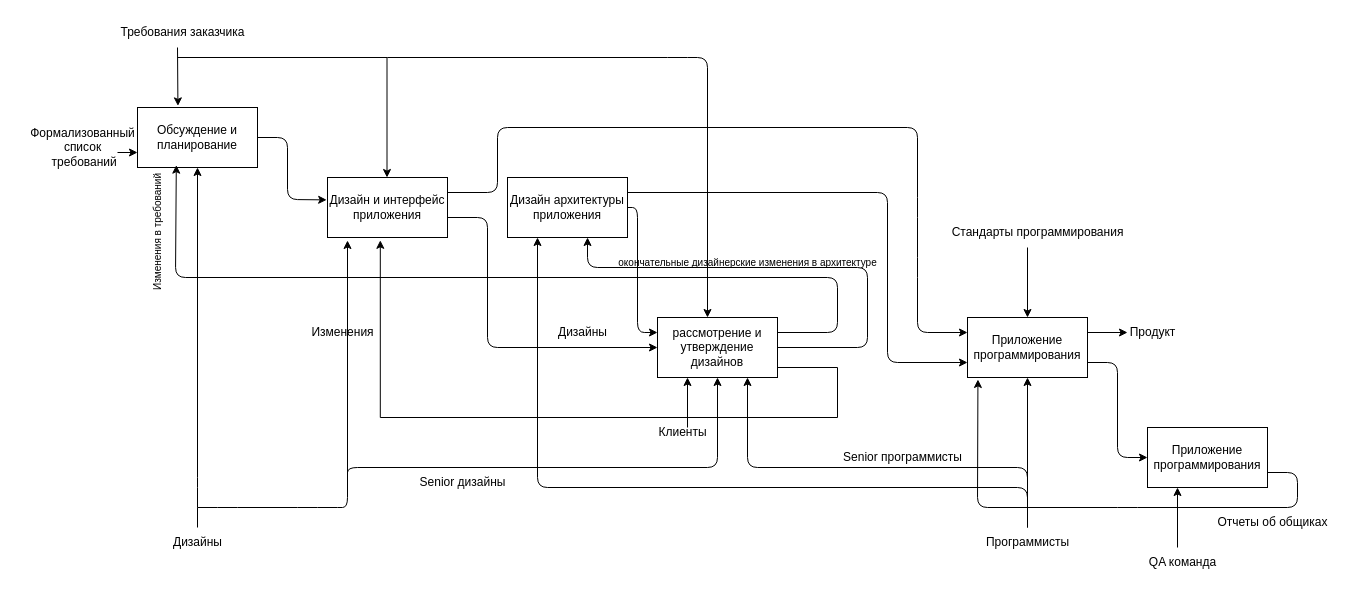
Before: page "A0" (2 of 3) of Biểu đồ không có tiêu đề.drawio in quyettranvu/Lab1_IDEF, a draw.io diagram. Source tidied: cells renumbered, new cells numbered last; positions are measured from the earlier drawing's top-left corner, leaving out a move shared by most shapes. Both pictures are drawn from the tidied source at 100%, with x=0, y=0 at pixel (17, 17).
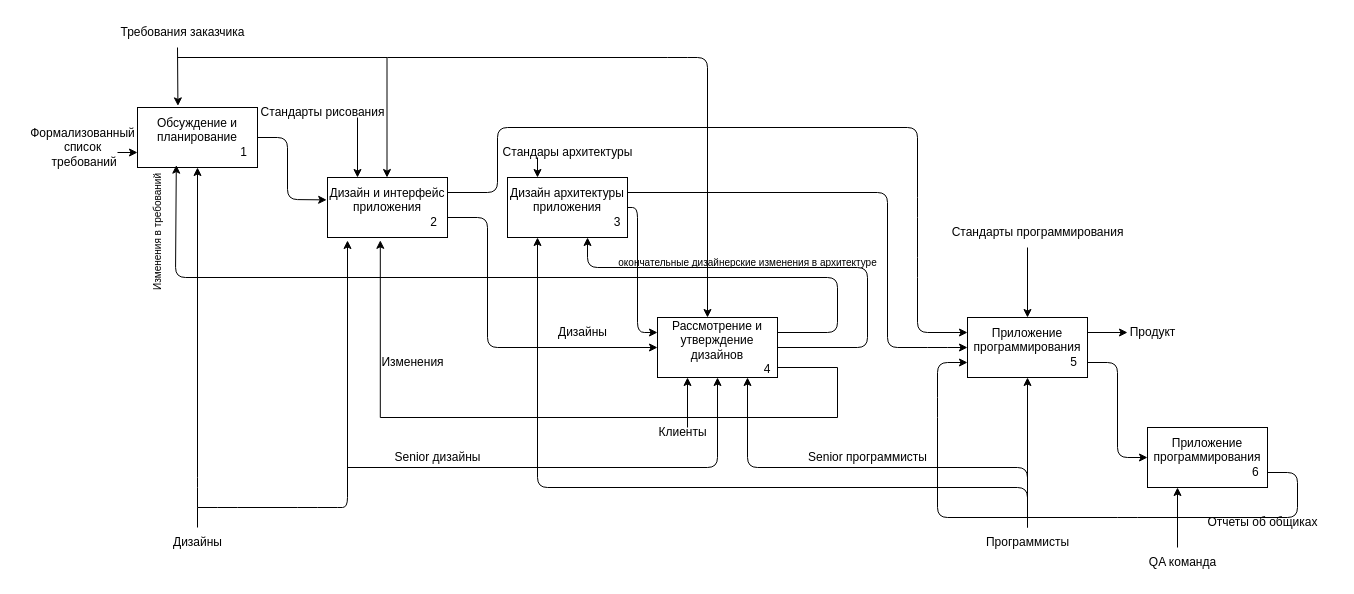
The same diagram, later.

Commit message:
Cập nhật Biểu đồ không có tiêu đề.drawio

Change to the diagram source:
```diff
@@
-    <mxCell id="2" value="Oбсуждение и планирование" style="rounded=0;whiteSpace=wrap;html=1;" parent="1" vertex="1">
+    <mxCell id="2" value="Oбсуждение и планирование&lt;br&gt;&amp;nbsp; &amp;nbsp; &amp;nbsp; &amp;nbsp; &amp;nbsp; &amp;nbsp; &amp;nbsp; &amp;nbsp; &amp;nbsp; &amp;nbsp; &amp;nbsp; &amp;nbsp; &amp;nbsp; &amp;nbsp; 1" style="rounded=0;whiteSpace=wrap;html=1;" parent="1" vertex="1">
       <mxGeometry x="120" y="90" width="120" height="60" as="geometry" />
     </mxCell>
@@
-    <mxCell id="4" value="Дизайн и интерфейс приложения" style="rounded=0;whiteSpace=wrap;html=1;" parent="1" vertex="1">
+    <mxCell id="4" value="Дизайн и интерфейс приложения&lt;br&gt;&amp;nbsp; &amp;nbsp; &amp;nbsp; &amp;nbsp; &amp;nbsp; &amp;nbsp; &amp;nbsp; &amp;nbsp; &amp;nbsp; &amp;nbsp; &amp;nbsp; &amp;nbsp; &amp;nbsp; &amp;nbsp; 2" style="rounded=0;whiteSpace=wrap;html=1;" parent="1" vertex="1">
       <mxGeometry x="310" y="160" width="120" height="60" as="geometry" />
     </mxCell>
@@
-    <mxCell id="8" value="Дизайн архитектуры приложения" style="rounded=0;whiteSpace=wrap;html=1;" parent="1" vertex="1">
+    <mxCell id="8" value="Дизайн архитектуры приложения&lt;br&gt;&amp;nbsp; &amp;nbsp; &amp;nbsp; &amp;nbsp; &amp;nbsp; &amp;nbsp; &amp;nbsp; &amp;nbsp; &amp;nbsp; &amp;nbsp; &amp;nbsp; &amp;nbsp; &amp;nbsp; &amp;nbsp; &amp;nbsp; 3" style="rounded=0;whiteSpace=wrap;html=1;" parent="1" vertex="1">
       <mxGeometry x="490" y="160" width="120" height="60" as="geometry" />
     </mxCell>
@@
-    <mxCell id="11" value="рассмотрение и утверждение дизайнов" style="rounded=0;whiteSpace=wrap;html=1;" parent="1" vertex="1">
+    <mxCell id="11" value="Рассмотрение и утверждение дизайнов&lt;br&gt;&amp;nbsp; &amp;nbsp; &amp;nbsp; &amp;nbsp; &amp;nbsp; &amp;nbsp; &amp;nbsp; &amp;nbsp; &amp;nbsp; &amp;nbsp; &amp;nbsp; &amp;nbsp; &amp;nbsp; &amp;nbsp; &amp;nbsp; 4" style="rounded=0;whiteSpace=wrap;html=1;" parent="1" vertex="1">
       <mxGeometry x="640" y="300" width="120" height="60" as="geometry" />
     </mxCell>
@@
     <mxCell id="14" value="Изменения" style="text;html=1;align=center;verticalAlign=middle;fillColor=none;strokeColor=none;rounded=0;" parent="1" vertex="1">
-      <mxGeometry x="280" y="300" width="90" height="30" as="geometry" />
+      <mxGeometry x="350" y="330" width="90" height="30" as="geometry" />
     </mxCell>
@@
-    <mxCell id="23" style="endArrow=classic;html=1;fontSize=12;edgeStyle=orthogonalEdgeStyle;entryX=0.5;entryY=1;entryDx=0;entryDy=0;" parent="1" edge="1" target="11">
+    <mxCell id="23" style="endArrow=classic;html=1;fontSize=12;edgeStyle=orthogonalEdgeStyle;entryX=0.5;entryY=1;entryDx=0;entryDy=0;startArrow=none;" parent="1" edge="1" source="43" target="11">
       <mxGeometry relative="1" as="geometry">
-        <mxPoint x="330" y="460" as="sourcePoint" />
         <Array as="points">
           <mxPoint x="330" y="450" />
           <mxPoint x="700" y="450" />
         </Array>
       </mxGeometry>
     </mxCell>
@@
-    <mxCell id="26" value="Приложение программирования" style="rounded=0;whiteSpace=wrap;html=1;" parent="1" vertex="1">
+    <mxCell id="26" value="Приложение программирования&lt;br&gt;&amp;nbsp; &amp;nbsp; &amp;nbsp; &amp;nbsp; &amp;nbsp; &amp;nbsp; &amp;nbsp; &amp;nbsp; &amp;nbsp; &amp;nbsp; &amp;nbsp; &amp;nbsp; &amp;nbsp; &amp;nbsp; 5" style="rounded=0;whiteSpace=wrap;html=1;" parent="1" vertex="1">
       <mxGeometry x="950" y="300" width="120" height="60" as="geometry" />
     </mxCell>
@@
-    <mxCell id="29" style="endArrow=classic;html=1;fontSize=12;exitX=1;exitY=0.25;exitDx=0;exitDy=0;entryX=0;entryY=0.75;entryDx=0;entryDy=0;" parent="1" edge="1" source="8" target="26">
+    <mxCell id="29" style="endArrow=classic;html=1;fontSize=12;exitX=1;exitY=0.25;exitDx=0;exitDy=0;entryX=0;entryY=0.5;entryDx=0;entryDy=0;" parent="1" edge="1" source="8" target="26">
       <mxGeometry relative="1" as="geometry">
         <Array as="points">
           <mxPoint x="870" y="175" />
-          <mxPoint x="870" y="345" />
+          <mxPoint x="870" y="330" />
+          <mxPoint x="920" y="330" />
         </Array>
       </mxGeometry>
     </mxCell>
@@
-    <mxCell id="36" value="Приложение программирования" style="rounded=0;whiteSpace=wrap;html=1;" parent="1" vertex="1">
+    <mxCell id="36" value="Приложение программирования&lt;br&gt;&amp;nbsp; &amp;nbsp; &amp;nbsp; &amp;nbsp; &amp;nbsp; &amp;nbsp; &amp;nbsp; &amp;nbsp; &amp;nbsp; &amp;nbsp; &amp;nbsp; &amp;nbsp; &amp;nbsp; &amp;nbsp; &amp;nbsp;6" style="rounded=0;whiteSpace=wrap;html=1;" parent="1" vertex="1">
       <mxGeometry x="1130" y="410" width="120" height="60" as="geometry" />
     </mxCell>
@@
-    <mxCell id="38" style="endArrow=classic;html=1;rounded=1;exitX=1;exitY=0.75;exitDx=0;exitDy=0;entryX=0.087;entryY=1.033;entryDx=0;entryDy=0;entryPerimeter=0;" parent="1" edge="1" source="36" target="26">
+    <mxCell id="38" style="endArrow=classic;html=1;rounded=1;exitX=1;exitY=0.75;exitDx=0;exitDy=0;entryX=0;entryY=0.75;entryDx=0;entryDy=0;" parent="1" edge="1" source="36" target="26">
       <mxGeometry relative="1" as="geometry">
         <Array as="points">
           <mxPoint x="1280" y="455" />
-          <mxPoint x="1280" y="490" />
-          <mxPoint x="1110" y="490" />
-          <mxPoint x="960" y="490" />
+          <mxPoint x="1280" y="500" />
+          <mxPoint x="1110" y="500" />
+          <mxPoint x="920" y="500" />
+          <mxPoint x="920" y="390" />
+          <mxPoint x="920" y="345" />
         </Array>
       </mxGeometry>
     </mxCell>
     <mxCell id="39" value="Отчеты об общиках" style="text;html=1;align=center;verticalAlign=middle;fillColor=none;strokeColor=none;rounded=0;" parent="1" vertex="1">
-      <mxGeometry x="1190" y="490" width="130" height="30" as="geometry" />
+      <mxGeometry x="1180" y="490" width="130" height="30" as="geometry" />
     </mxCell>
@@
-    <mxCell id="43" value="Senior дизайны" style="text;html=1;align=center;verticalAlign=middle;points=[];fillColor=none;strokeColor=none;rounded=0;" parent="1" vertex="1">
-      <mxGeometry x="390" y="450" width="110" height="30" as="geometry" />
-    </mxCell>
@@
     <mxCell id="45" value="Senior программисты" style="text;html=1;align=center;verticalAlign=middle;fillColor=none;strokeColor=none;rounded=0;" parent="1" vertex="1">
-      <mxGeometry x="815" y="425" width="140" height="30" as="geometry" />
+      <mxGeometry x="780" y="425" width="140" height="30" as="geometry" />
     </mxCell>
@@
+    <mxCell id="49" style="endArrow=classic;html=1;rounded=1;entryX=0.25;entryY=0;entryDx=0;entryDy=0;" parent="1" edge="1" target="4">
+      <mxGeometry relative="1" as="geometry">
+        <mxPoint x="340" y="100" as="sourcePoint" />
+      </mxGeometry>
+    </mxCell>
+    <mxCell id="50" value="Стандарты рисования" style="text;html=1;align=center;verticalAlign=middle;fillColor=none;strokeColor=none;rounded=0;" parent="1" vertex="1">
+      <mxGeometry x="230" y="80" width="150" height="30" as="geometry" />
+    </mxCell>
+    <mxCell id="51" style="endArrow=classic;html=1;rounded=1;entryX=0.25;entryY=0;entryDx=0;entryDy=0;" parent="1" edge="1" target="8">
+      <mxGeometry relative="1" as="geometry">
+        <mxPoint x="520" y="140" as="sourcePoint" />
+      </mxGeometry>
+    </mxCell>
+    <mxCell id="52" value="Стандары архитектуры" style="text;html=1;align=center;verticalAlign=middle;fillColor=none;strokeColor=none;rounded=0;" parent="1" vertex="1">
+      <mxGeometry x="475" y="120" width="150" height="30" as="geometry" />
+    </mxCell>
+    <mxCell id="43" value="Senior дизайны" style="text;html=1;align=center;verticalAlign=middle;points=[];fillColor=none;strokeColor=none;rounded=0;" parent="1" vertex="1">
+      <mxGeometry x="365" y="425" width="110" height="30" as="geometry" />
+    </mxCell>
+    <mxCell id="53" style="endArrow=none;html=1;fontSize=12;edgeStyle=orthogonalEdgeStyle;" parent="1" edge="1">
+      <mxGeometry relative="1" as="geometry">
+        <mxPoint x="330" y="450" as="sourcePoint" />
+        <mxPoint x="420" y="450" as="targetPoint" />
+        <Array as="points">
+          <mxPoint x="420" y="450" />
+        </Array>
+      </mxGeometry>
+    </mxCell>
```
